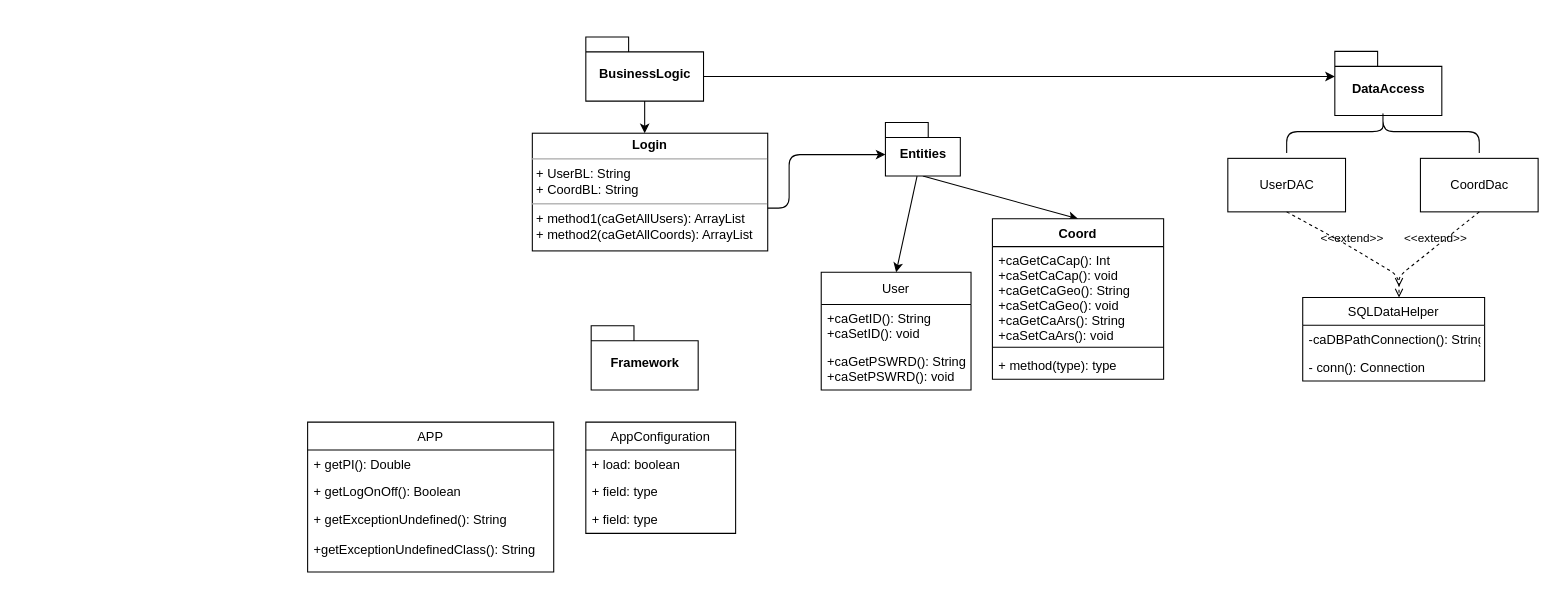
Before: resources/diagUML.drawio in Alejololer/Examen, a draw.io diagram. Source tidied: cells renumbered, new cells numbered last; positions are measured from the earlier drawing's top-left corner, leaving out a move shared by most shapes. Both pictures are drawn from the tidied source at 107%, with x=0, y=0 at pixel (307, 34).
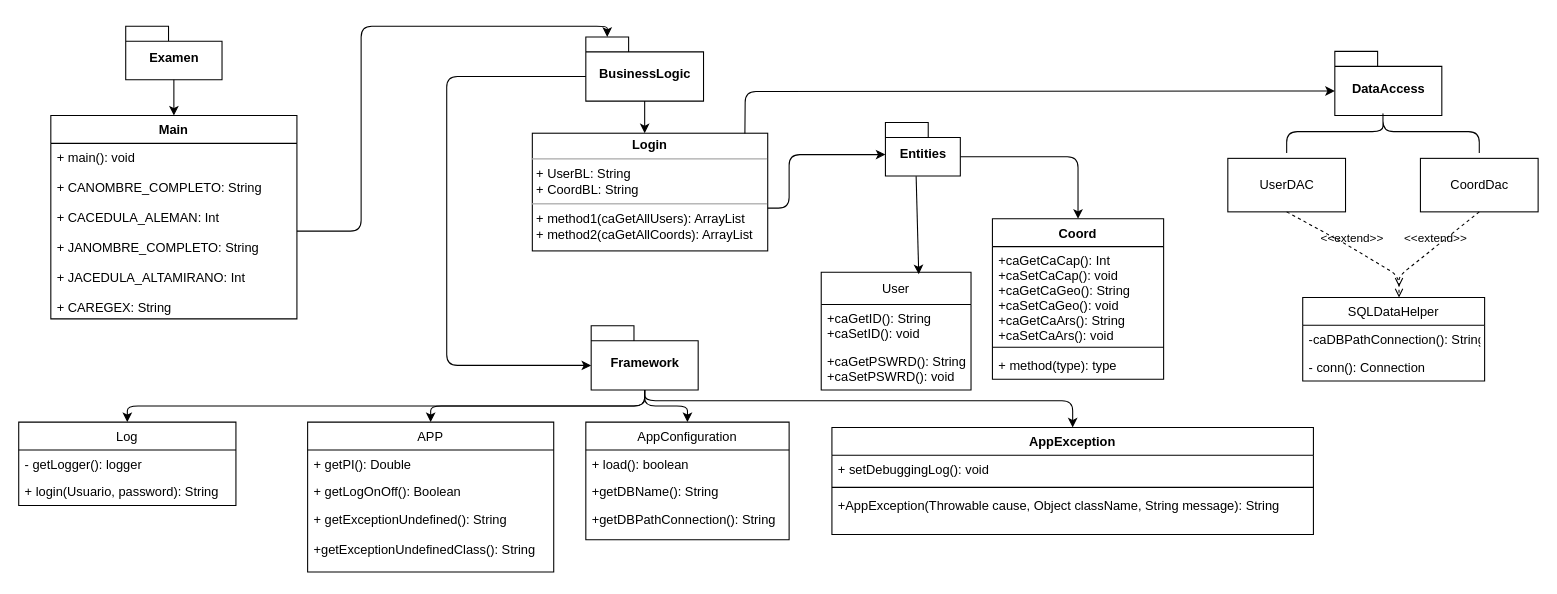
The same diagram, later.

Unchanged cells that the change refers to:
```xml
<mxCell id="3" value="BusinessLogic" style="shape=folder;fontStyle=1;spacingTop=10;tabWidth=40;tabHeight=14;tabPosition=left;html=1;" parent="1" vertex="1">
  <mxGeometry x="260" y="2" width="110" height="60" as="geometry" />
</mxCell>
<mxCell id="6" value="Entities" style="shape=folder;fontStyle=1;spacingTop=10;tabWidth=40;tabHeight=14;tabPosition=left;html=1;" parent="1" vertex="1">
  <mxGeometry x="540" y="82" width="70" height="50" as="geometry" />
</mxCell>
<mxCell id="7" value="User" style="swimlane;fontStyle=0;horizontal=1;startSize=30;fillColor=none;" parent="1" vertex="1">
  <mxGeometry x="480" y="222" width="140" height="110" as="geometry" />
</mxCell>
<mxCell id="10" value="Coord" style="swimlane;fontStyle=1;align=center;verticalAlign=top;horizontal=1;startSize=26;" parent="1" vertex="1">
  <mxGeometry x="640" y="172" width="160" height="150" as="geometry" />
</mxCell>
<mxCell id="14" value="DataAccess" style="shape=folder;fontStyle=1;spacingTop=10;tabWidth=40;tabHeight=14;tabPosition=left;html=1;" parent="1" vertex="1">
  <mxGeometry x="960" y="15.5" width="100" height="60" as="geometry" />
</mxCell>
<mxCell id="15" value="&lt;p style=&quot;margin:0px;margin-top:4px;text-align:center;&quot;&gt;&lt;b&gt;Login&lt;/b&gt;&lt;/p&gt;&lt;hr size=&quot;1&quot;&gt;&lt;p style=&quot;margin:0px;margin-left:4px;&quot;&gt;+ UserBL: String&lt;br&gt;+ CoordBL: String&lt;/p&gt;&lt;hr size=&quot;1&quot;&gt;&lt;p style=&quot;margin:0px;margin-left:4px;&quot;&gt;+ method1(caGetAllUsers&lt;span style=&quot;background-color: initial;&quot;&gt;): ArrayList&lt;/span&gt;&lt;/p&gt;&lt;p style=&quot;margin:0px;margin-left:4px;&quot;&gt;+ method2(caGetAllCoords): ArrayList&lt;/p&gt;" style="verticalAlign=top;align=left;overflow=fill;fontSize=12;fontFamily=Helvetica;html=1;" parent="1" vertex="1">
  <mxGeometry x="210" y="92" width="220" height="110" as="geometry" />
</mxCell>
<mxCell id="26" value="Framework" style="shape=folder;fontStyle=1;spacingTop=10;tabWidth=40;tabHeight=14;tabPosition=left;html=1;" parent="1" vertex="1">
  <mxGeometry x="265" y="272" width="100" height="60" as="geometry" />
</mxCell>
<mxCell id="27" value="APP" style="swimlane;fontStyle=0;horizontal=1;startSize=26;fillColor=none;" parent="1" vertex="1">
  <mxGeometry y="362" width="230" height="140" as="geometry" />
</mxCell>
```

What changed in the source:
```diff
@@
-    <mxCell id="4" style="edgeStyle=none;html=1;entryX=0.5;entryY=0;entryDx=0;entryDy=0;" parent="1" edge="1" source="6" target="7">
+    <mxCell id="4" style="edgeStyle=none;html=1;entryX=0.651;entryY=0.017;entryDx=0;entryDy=0;entryPerimeter=0;exitX=0.41;exitY=1.004;exitDx=0;exitDy=0;exitPerimeter=0;" parent="1" edge="1" source="6" target="7">
       <mxGeometry relative="1" as="geometry" />
     </mxCell>
-    <mxCell id="5" style="edgeStyle=none;html=1;entryX=0.5;entryY=0;entryDx=0;entryDy=0;exitX=0.5;exitY=1;exitDx=0;exitDy=0;exitPerimeter=0;" parent="1" edge="1" source="6" target="10">
-      <mxGeometry relative="1" as="geometry" />
+    <mxCell id="5" style="edgeStyle=none;html=1;entryX=0.5;entryY=0;entryDx=0;entryDy=0;exitX=0;exitY=0;exitDx=70;exitDy=32;exitPerimeter=0;" parent="1" edge="1" source="6" target="10">
+      <mxGeometry relative="1" as="geometry">
+        <Array as="points">
+          <mxPoint x="720" y="114" />
+        </Array>
+      </mxGeometry>
     </mxCell>
@@
-    <mxCell id="25" style="endArrow=classic;html=1;exitX=0;exitY=0;exitDx=110;exitDy=37;exitPerimeter=0;" parent="1" edge="1" source="3">
+    <mxCell id="25" style="endArrow=classic;html=1;exitX=0;exitY=0;exitDx=0;exitDy=37;exitPerimeter=0;entryX=0;entryY=0;entryDx=0;entryDy=37;entryPerimeter=0;" parent="1" edge="1" source="3" target="26">
       <mxGeometry relative="1" as="geometry">
-        <mxPoint x="960" y="39" as="targetPoint" />
+        <Array as="points">
+          <mxPoint x="130" y="39" />
+          <mxPoint x="130" y="309" />
+        </Array>
       </mxGeometry>
     </mxCell>
+    <mxCell id="35" style="edgeStyle=orthogonalEdgeStyle;html=1;exitX=0.5;exitY=1;exitDx=0;exitDy=0;exitPerimeter=0;entryX=0.5;entryY=0;entryDx=0;entryDy=0;" parent="1" edge="1" source="26" target="31">
+      <mxGeometry relative="1" as="geometry" />
+    </mxCell>
+    <mxCell id="36" style="edgeStyle=orthogonalEdgeStyle;html=1;" parent="1" edge="1" source="26" target="39">
+      <mxGeometry relative="1" as="geometry">
+        <Array as="points">
+          <mxPoint x="315" y="342" />
+          <mxPoint x="715" y="342" />
+        </Array>
+      </mxGeometry>
+    </mxCell>
+    <mxCell id="37" style="edgeStyle=orthogonalEdgeStyle;html=1;exitX=0.5;exitY=1;exitDx=0;exitDy=0;exitPerimeter=0;entryX=0.5;entryY=0;entryDx=0;entryDy=0;" parent="1" edge="1" source="26" target="27">
+      <mxGeometry relative="1" as="geometry" />
+    </mxCell>
+    <mxCell id="38" style="edgeStyle=orthogonalEdgeStyle;html=1;exitX=0.5;exitY=1;exitDx=0;exitDy=0;exitPerimeter=0;" parent="1" edge="1" source="26" target="43">
+      <mxGeometry relative="1" as="geometry" />
+    </mxCell>
@@
     <mxCell id="31" value="AppConfiguration" style="swimlane;fontStyle=0;horizontal=1;startSize=26;fillColor=none;" parent="1" vertex="1">
-      <mxGeometry x="260" y="362" width="140" height="104" as="geometry" />
+      <mxGeometry x="260" y="362" width="190" height="110" as="geometry" />
     </mxCell>
-    <mxCell id="32" value="+ load: boolean" style="text;strokeColor=none;fillColor=none;align=left;verticalAlign=top;spacingLeft=4;spacingRight=4;overflow=hidden;" parent="31" vertex="1">
-      <mxGeometry y="26" width="140" height="26" as="geometry" />
+    <mxCell id="32" value="+ load(): boolean" style="text;strokeColor=none;fillColor=none;align=left;verticalAlign=top;spacingLeft=4;spacingRight=4;overflow=hidden;" parent="31" vertex="1">
+      <mxGeometry y="26" width="190" height="26" as="geometry" />
     </mxCell>
-    <mxCell id="33" value="+ field: type" style="text;strokeColor=none;fillColor=none;align=left;verticalAlign=top;spacingLeft=4;spacingRight=4;overflow=hidden;" parent="31" vertex="1">
-      <mxGeometry y="52" width="140" height="26" as="geometry" />
+    <mxCell id="33" value="+getDBName(): String" style="text;strokeColor=none;fillColor=none;align=left;verticalAlign=top;spacingLeft=4;spacingRight=4;overflow=hidden;" parent="31" vertex="1">
+      <mxGeometry y="52" width="190" height="26" as="geometry" />
     </mxCell>
-    <mxCell id="34" value="+ field: type" style="text;strokeColor=none;fillColor=none;align=left;verticalAlign=top;spacingLeft=4;spacingRight=4;overflow=hidden;" parent="31" vertex="1">
-      <mxGeometry y="78" width="140" height="26" as="geometry" />
+    <mxCell id="34" value="+getDBPathConnection(): String" style="text;strokeColor=none;fillColor=none;align=left;verticalAlign=top;spacingLeft=4;spacingRight=4;overflow=hidden;" parent="31" vertex="1">
+      <mxGeometry y="78" width="190" height="32" as="geometry" />
     </mxCell>
+    <mxCell id="39" value="AppException" style="swimlane;fontStyle=1;align=center;verticalAlign=top;horizontal=1;startSize=26;" parent="1" vertex="1">
+      <mxGeometry x="490" y="367" width="450" height="100" as="geometry" />
+    </mxCell>
+    <mxCell id="40" value="+ setDebuggingLog(): void" style="text;strokeColor=none;fillColor=none;align=left;verticalAlign=top;spacingLeft=4;spacingRight=4;overflow=hidden;" parent="39" vertex="1">
+      <mxGeometry y="26" width="450" height="26" as="geometry" />
+    </mxCell>
+    <mxCell id="41" style="line;strokeWidth=1;fillColor=none;align=left;verticalAlign=middle;spacingTop=-1;spacingLeft=3;spacingRight=3;labelPosition=right;strokeColor=inherit;" parent="39" vertex="1">
+      <mxGeometry y="52" width="450" height="8" as="geometry" />
+    </mxCell>
+    <mxCell id="42" value="+AppException(Throwable cause, Object className, String message): String" style="text;strokeColor=none;fillColor=none;align=left;verticalAlign=top;spacingLeft=4;spacingRight=4;overflow=hidden;" parent="39" vertex="1">
+      <mxGeometry y="60" width="450" height="40" as="geometry" />
+    </mxCell>
+    <mxCell id="43" value="Log" style="swimlane;fontStyle=0;horizontal=1;startSize=26;fillColor=none;" parent="1" vertex="1">
+      <mxGeometry x="-270" y="362" width="203" height="78" as="geometry" />
+    </mxCell>
+    <mxCell id="44" value="- getLogger(): logger" style="text;strokeColor=none;fillColor=none;align=left;verticalAlign=top;spacingLeft=4;spacingRight=4;overflow=hidden;" parent="43" vertex="1">
+      <mxGeometry y="26" width="203" height="26" as="geometry" />
+    </mxCell>
+    <mxCell id="45" value="+ login(Usuario, password): String" style="text;strokeColor=none;fillColor=none;align=left;verticalAlign=top;spacingLeft=4;spacingRight=4;overflow=hidden;" parent="43" vertex="1">
+      <mxGeometry y="52" width="203" height="26" as="geometry" />
+    </mxCell>
+    <mxCell id="46" style="endArrow=classic;html=1;entryX=0;entryY=0;entryDx=0;entryDy=37;entryPerimeter=0;exitX=0.903;exitY=0.002;exitDx=0;exitDy=0;exitPerimeter=0;" parent="1" edge="1" source="15" target="14">
+      <mxGeometry relative="1" as="geometry">
+        <Array as="points">
+          <mxPoint x="409" y="53" />
+        </Array>
+      </mxGeometry>
+    </mxCell>
+    <mxCell id="47" value="Main" style="swimlane;fontStyle=1;align=center;verticalAlign=top;horizontal=1;startSize=26;" parent="1" vertex="1">
+      <mxGeometry x="-240" y="75.5" width="230" height="190" as="geometry" />
+    </mxCell>
+    <mxCell id="48" value="+ main(): void&#10;&#10;+ CANOMBRE_COMPLETO: String&#10;&#10;+ CACEDULA_ALEMAN: Int&#10;&#10;+ JANOMBRE_COMPLETO: String&#10;&#10;+ JACEDULA_ALTAMIRANO: Int&#10;&#10;+ CAREGEX: String&#10;" style="text;strokeColor=none;fillColor=none;align=left;verticalAlign=top;spacingLeft=4;spacingRight=4;overflow=hidden;points=[[0,0.5],[1,0.5]];portConstraint=eastwest;" parent="47" vertex="1">
+      <mxGeometry y="26" width="230" height="164" as="geometry" />
+    </mxCell>
+    <mxCell id="49" value="Examen" style="shape=folder;fontStyle=1;spacingTop=10;tabWidth=40;tabHeight=14;tabPosition=left;html=1;" parent="1" vertex="1">
+      <mxGeometry x="-170" y="-8" width="90" height="50" as="geometry" />
+    </mxCell>
+    <mxCell id="50" style="endArrow=classic;html=1;exitX=0.5;exitY=1;exitDx=0;exitDy=0;exitPerimeter=0;entryX=0.5;entryY=0;entryDx=0;entryDy=0;" parent="1" edge="1" source="49" target="47">
+      <mxGeometry relative="1" as="geometry" />
+    </mxCell>
+    <mxCell id="51" style="edgeStyle=orthogonalEdgeStyle;html=1;exitX=1;exitY=0.5;exitDx=0;exitDy=0;entryX=0;entryY=0;entryDx=20;entryDy=0;entryPerimeter=0;" parent="1" edge="1" source="48" target="3">
+      <mxGeometry relative="1" as="geometry">
+        <Array as="points">
+          <mxPoint x="50" y="184" />
+          <mxPoint x="50" y="-8" />
+          <mxPoint x="280" y="-8" />
+        </Array>
+      </mxGeometry>
+    </mxCell>
```
